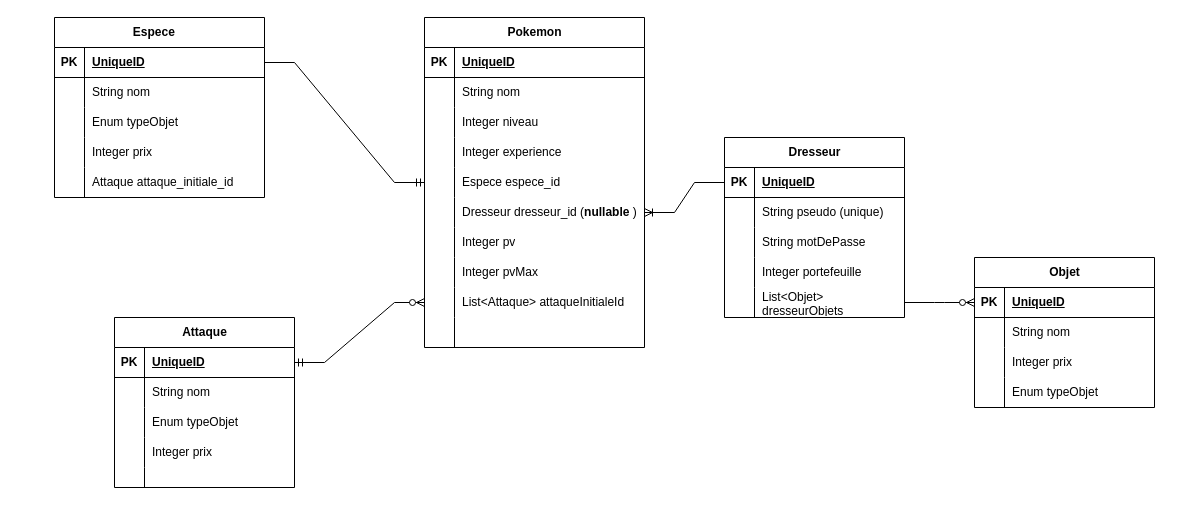
This is TP Pokemon.drawio.xml from 2024-06-24-POE-JAVA-NIORT-DISTANCIEL/tp-rest-pokemon-groupe-3, a draw.io file, before an edit. Source tidied: cells renumbered, new cells numbered last; positions are measured from the earlier drawing's top-left corner, leaving out a move shared by most shapes. Both pictures are drawn from the tidied source at 100%, with x=0, y=0 at pixel (54, 17).
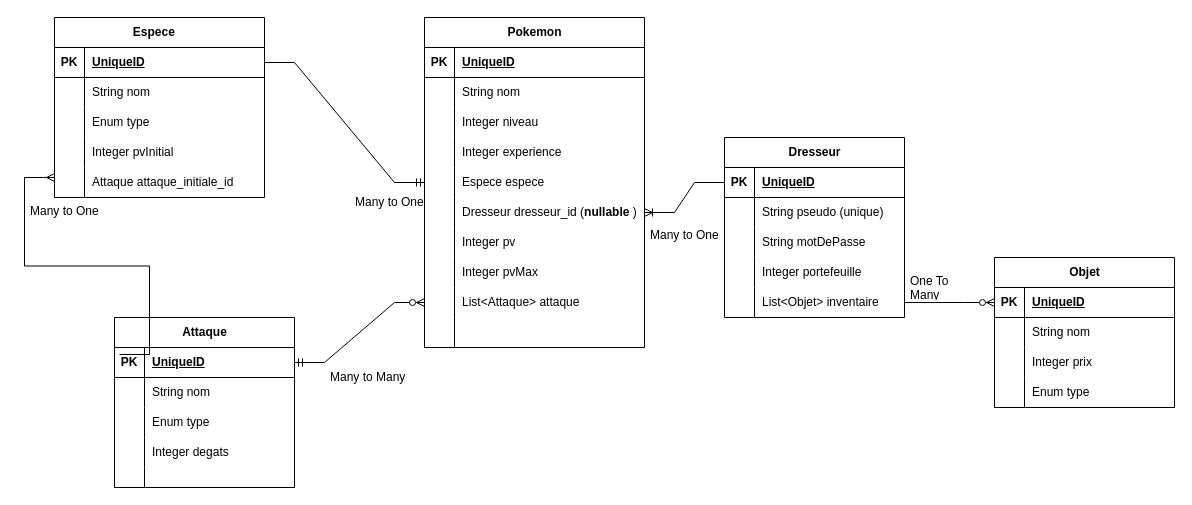
The same page after the edit.

The change refers to these unchanged cells:
```xml
<mxCell id="15" style="shape=tableRow;horizontal=0;startSize=0;swimlaneHead=0;swimlaneBody=0;fillColor=none;points=[[0,0.5],[1,0.5]];portConstraint=eastwest;top=0;left=0;right=0;bottom=0;" parent="2" vertex="1">
  <mxGeometry y="150" width="220" height="30" as="geometry" />
</mxCell>
<mxCell id="27" style="shape=tableRow;horizontal=0;startSize=0;swimlaneHead=0;swimlaneBody=0;fillColor=none;points=[[0,0.5],[1,0.5]];portConstraint=eastwest;top=0;left=0;right=0;bottom=0;" parent="2" vertex="1">
  <mxGeometry y="270" width="220" height="30" as="geometry" />
</mxCell>
<mxCell id="40" style="shape=tableRow;horizontal=0;startSize=0;swimlaneHead=0;swimlaneBody=0;fillColor=none;top=0;left=0;right=0;bottom=0;" parent="33" vertex="1">
  <mxGeometry y="90" width="210" height="30" as="geometry" />
</mxCell>
<mxCell id="43" style="shape=tableRow;horizontal=0;startSize=0;swimlaneHead=0;swimlaneBody=0;fillColor=none;top=0;left=0;right=0;bottom=0;" parent="33" vertex="1">
  <mxGeometry y="120" width="210" height="30" as="geometry" />
</mxCell>
<mxCell id="50" style="shape=tableRow;horizontal=0;startSize=0;swimlaneHead=0;swimlaneBody=0;fillColor=none;points=[[0,0.5],[1,0.5]];portConstraint=eastwest;top=0;left=0;right=0;bottom=1;" parent="49" vertex="1">
  <mxGeometry y="30" width="180" height="30" as="geometry" />
</mxCell>
<mxCell id="56" style="shape=tableRow;horizontal=0;startSize=0;swimlaneHead=0;swimlaneBody=0;fillColor=none;top=0;left=0;right=0;bottom=0;" parent="49" vertex="1">
  <mxGeometry y="90" width="180" height="30" as="geometry" />
</mxCell>
<mxCell id="59" style="shape=tableRow;horizontal=0;startSize=0;swimlaneHead=0;swimlaneBody=0;fillColor=none;top=0;left=0;right=0;bottom=0;" parent="49" vertex="1">
  <mxGeometry y="120" width="180" height="30" as="geometry" />
</mxCell>
<mxCell id="78" style="shape=tableRow;horizontal=0;startSize=0;swimlaneHead=0;swimlaneBody=0;fillColor=none;points=[[0,0.5],[1,0.5]];portConstraint=eastwest;top=0;left=0;right=0;bottom=0;" parent="65" vertex="1">
  <mxGeometry y="150" width="180" height="30" as="geometry" />
</mxCell>
<mxCell id="91" style="shape=tableRow;horizontal=0;startSize=0;swimlaneHead=0;swimlaneBody=0;fillColor=none;top=0;left=0;right=0;bottom=0;" parent="81" vertex="1">
  <mxGeometry y="120" width="180" height="30" as="geometry" />
</mxCell>
```

The edit, as a diff of the source:
```diff
@@
-    <mxCell id="17" value="Espece espece_id" style="shape=partialRectangle;fillColor=none;top=0;left=0;bottom=0;right=0;align=left;spacingLeft=6;overflow=hidden;whiteSpace=wrap;html=1;" parent="15" vertex="1">
+    <mxCell id="17" value="Espece espece" style="shape=partialRectangle;fillColor=none;top=0;left=0;bottom=0;right=0;align=left;spacingLeft=6;overflow=hidden;whiteSpace=wrap;html=1;" parent="15" vertex="1">
       <mxGeometry x="30" width="190" height="30" as="geometry" />
     </mxCell>
@@
-    <mxCell id="29" value="List&amp;lt;Attaque&amp;gt; attaqueInitialeId" style="shape=partialRectangle;fillColor=none;top=0;left=0;bottom=0;right=0;align=left;spacingLeft=6;overflow=hidden;whiteSpace=wrap;html=1;" parent="27" vertex="1">
+    <mxCell id="29" value="List&amp;lt;Attaque&amp;gt; attaque" style="shape=partialRectangle;fillColor=none;top=0;left=0;bottom=0;right=0;align=left;spacingLeft=6;overflow=hidden;whiteSpace=wrap;html=1;" parent="27" vertex="1">
       <mxGeometry x="30" width="190" height="30" as="geometry" />
     </mxCell>
@@
-    <mxCell id="42" value="Enum typeObjet" style="shape=partialRectangle;fillColor=none;top=0;left=0;bottom=0;right=0;align=left;spacingLeft=6;overflow=hidden;whiteSpace=wrap;html=1;" parent="40" vertex="1">
+    <mxCell id="42" value="Enum type" style="shape=partialRectangle;fillColor=none;top=0;left=0;bottom=0;right=0;align=left;spacingLeft=6;overflow=hidden;whiteSpace=wrap;html=1;" parent="40" vertex="1">
       <mxGeometry x="30" width="180" height="30" as="geometry" />
     </mxCell>
@@
-    <mxCell id="45" value="Integer prix" style="shape=partialRectangle;fillColor=none;top=0;left=0;bottom=0;right=0;align=left;spacingLeft=6;overflow=hidden;whiteSpace=wrap;html=1;" parent="43" vertex="1">
+    <mxCell id="45" value="Integer pvInitial" style="shape=partialRectangle;fillColor=none;top=0;left=0;bottom=0;right=0;align=left;spacingLeft=6;overflow=hidden;whiteSpace=wrap;html=1;" parent="43" vertex="1">
       <mxGeometry x="30" width="180" height="30" as="geometry" />
     </mxCell>
@@
-    <mxCell id="58" value="Enum typeObjet" style="shape=partialRectangle;fillColor=none;top=0;left=0;bottom=0;right=0;align=left;spacingLeft=6;overflow=hidden;whiteSpace=wrap;html=1;" parent="56" vertex="1">
+    <mxCell id="58" value="Enum type" style="shape=partialRectangle;fillColor=none;top=0;left=0;bottom=0;right=0;align=left;spacingLeft=6;overflow=hidden;whiteSpace=wrap;html=1;" parent="56" vertex="1">
       <mxGeometry x="30" width="150" height="30" as="geometry" />
     </mxCell>
@@
-    <mxCell id="61" value="Integer prix" style="shape=partialRectangle;fillColor=none;top=0;left=0;bottom=0;right=0;align=left;spacingLeft=6;overflow=hidden;whiteSpace=wrap;html=1;" parent="59" vertex="1">
+    <mxCell id="61" value="Integer degats" style="shape=partialRectangle;fillColor=none;top=0;left=0;bottom=0;right=0;align=left;spacingLeft=6;overflow=hidden;whiteSpace=wrap;html=1;" parent="59" vertex="1">
       <mxGeometry x="30" width="150" height="30" as="geometry" />
     </mxCell>
@@
-    <mxCell id="80" value="List&amp;lt;Objet&amp;gt; dresseurObjets" style="shape=partialRectangle;fillColor=none;top=0;left=0;bottom=0;right=0;align=left;spacingLeft=6;overflow=hidden;whiteSpace=wrap;html=1;" parent="78" vertex="1">
+    <mxCell id="80" value="List&amp;lt;Objet&amp;gt; inventaire" style="shape=partialRectangle;fillColor=none;top=0;left=0;bottom=0;right=0;align=left;spacingLeft=6;overflow=hidden;whiteSpace=wrap;html=1;" parent="78" vertex="1">
       <mxGeometry x="30" width="150" height="30" as="geometry" />
     </mxCell>
     <mxCell id="81" value="Objet" style="shape=table;startSize=30;childLayout=tableLayout;rowLines=0;fontStyle=1;align=center;html=1;" parent="1" vertex="1">
-      <mxGeometry x="920" y="240" width="180" height="150" as="geometry" />
+      <mxGeometry x="940" y="240" width="180" height="150" as="geometry" />
     </mxCell>
@@
-    <mxCell id="93" value="Enum typeObjet" style="shape=partialRectangle;fillColor=none;top=0;left=0;bottom=0;right=0;align=left;spacingLeft=6;overflow=hidden;whiteSpace=wrap;html=1;" parent="91" vertex="1">
+    <mxCell id="93" value="Enum type" style="shape=partialRectangle;fillColor=none;top=0;left=0;bottom=0;right=0;align=left;spacingLeft=6;overflow=hidden;whiteSpace=wrap;html=1;" parent="91" vertex="1">
       <mxGeometry x="30" width="150" height="30" as="geometry" />
     </mxCell>
@@
+    <mxCell id="98" value="&lt;div&gt;Many to One&lt;/div&gt;&lt;div&gt;&lt;br&gt;&lt;/div&gt;" style="text;strokeColor=none;fillColor=none;spacingLeft=4;spacingRight=4;overflow=hidden;fontSize=12;whiteSpace=wrap;html=1;" parent="1" vertex="1">
+      <mxGeometry x="-30" y="180" width="80" height="30" as="geometry" />
+    </mxCell>
+    <mxCell id="99" style="edgeStyle=entityRelationEdgeStyle;fontSize=12;html=1;endArrow=ERmany;rounded=0;exitX=0.028;exitY=0.233;exitDx=0;exitDy=0;exitPerimeter=0;" parent="1" edge="1" source="50">
+      <mxGeometry relative="1" as="geometry">
+        <mxPoint y="160" as="targetPoint" />
+      </mxGeometry>
+    </mxCell>
+    <mxCell id="100" value="&lt;div&gt;Many to One&lt;/div&gt;&lt;div&gt;&lt;br&gt;&lt;/div&gt;" style="text;strokeColor=none;fillColor=none;spacingLeft=4;spacingRight=4;overflow=hidden;fontSize=12;whiteSpace=wrap;html=1;" parent="1" vertex="1">
+      <mxGeometry x="295" y="171" width="80" height="30" as="geometry" />
+    </mxCell>
+    <mxCell id="101" value="&lt;div&gt;Many to One&lt;/div&gt;&lt;div&gt;&lt;br&gt;&lt;/div&gt;" style="text;strokeColor=none;fillColor=none;spacingLeft=4;spacingRight=4;overflow=hidden;fontSize=12;whiteSpace=wrap;html=1;" parent="1" vertex="1">
+      <mxGeometry x="590" y="204" width="80" height="30" as="geometry" />
+    </mxCell>
+    <mxCell id="102" value="&lt;div&gt;One To Many&lt;/div&gt;" style="text;strokeColor=none;fillColor=none;spacingLeft=4;spacingRight=4;overflow=hidden;fontSize=12;whiteSpace=wrap;html=1;" parent="1" vertex="1">
+      <mxGeometry x="850" y="250" width="80" height="30" as="geometry" />
+    </mxCell>
+    <mxCell id="103" value="&lt;div&gt;Many to Many&lt;/div&gt;&lt;div&gt;&lt;br&gt;&lt;/div&gt;" style="text;strokeColor=none;fillColor=none;spacingLeft=4;spacingRight=4;overflow=hidden;fontSize=12;whiteSpace=wrap;html=1;" parent="1" vertex="1">
+      <mxGeometry x="270" y="346" width="90" height="30" as="geometry" />
+    </mxCell>
```
